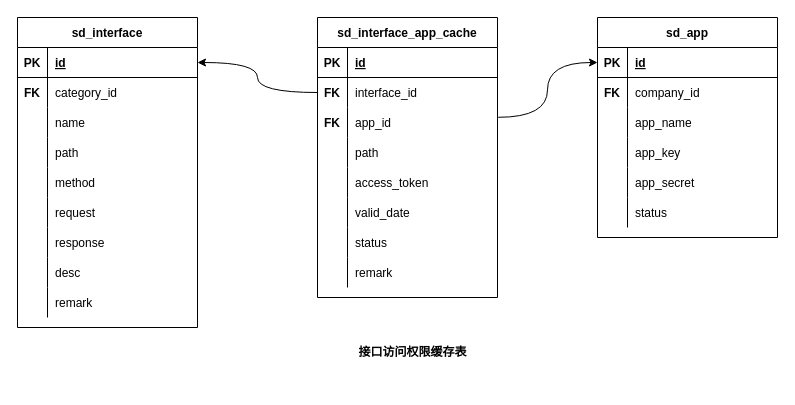
ab-doc/draw.io keeps this draw.io diagram as page "20220930154752" (9 of 11) of src/work/wyjz/service_directory/db_design_20220930.drawio. Above is the earlier version. Source tidied: cells renumbered, new cells numbered last; positions are measured from the earlier drawing's top-left corner, leaving out a move shared by most shapes. Both pictures are drawn from the tidied source at 100%, with x=0, y=0 at pixel (17, 17).
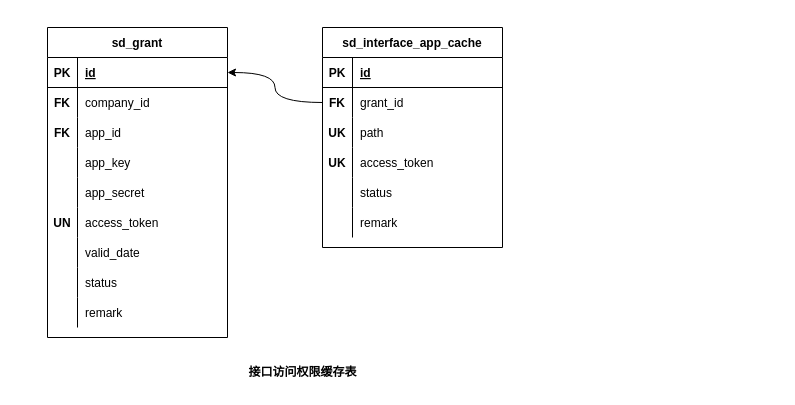
The same page after the edit.

Unchanged cells that the change refers to:
```xml
<mxCell id="8" style="shape=tableRow;horizontal=0;startSize=0;swimlaneHead=0;swimlaneBody=0;fillColor=none;points=[[0,0.5],[1,0.5]];portConstraint=eastwest;top=0;left=0;right=0;bottom=0;" parent="4" vertex="1">
  <mxGeometry y="60" width="180" height="30" as="geometry" />
</mxCell>
```

The edit, as a diff of the source:
```diff
@@
-    <mxCell id="2" style="edgeStyle=orthogonalEdgeStyle;curved=1;rounded=0;jettySize=auto;html=1;startArrow=none;startFill=0;endArrow=classic;endFill=1;entryX=1;entryY=0.5;entryDx=0;entryDy=0;exitX=0;exitY=0.5;exitDx=0;exitDy=0;" parent="1" edge="1" source="8" target="31">
-      <mxGeometry relative="1" as="geometry" />
-    </mxCell>
-    <mxCell id="3" style="edgeStyle=orthogonalEdgeStyle;curved=1;rounded=0;jettySize=auto;html=1;startArrow=none;startFill=0;endArrow=classic;endFill=1;entryX=0;entryY=0.5;entryDx=0;entryDy=0;exitX=1.004;exitY=0.327;exitDx=0;exitDy=0;exitPerimeter=0;" parent="1" edge="1" source="11" target="59">
-      <mxGeometry relative="1" as="geometry" />
-    </mxCell>
+    <mxCell id="77" style="edgeStyle=orthogonalEdgeStyle;curved=1;rounded=0;jettySize=auto;html=1;entryX=1;entryY=0.5;entryDx=0;entryDy=0;exitX=0;exitY=0.5;exitDx=0;exitDy=0;" parent="1" edge="1" source="8" target="79">
+      <mxGeometry relative="1" as="geometry" />
+    </mxCell>
     <mxCell id="4" value="sd_interface_app_cache" style="shape=table;startSize=30;childLayout=tableLayout;rowLines=0;fontStyle=1;align=center;" parent="1" vertex="1">
-      <mxGeometry x="300" width="180" height="280" as="geometry" />
+      <mxGeometry x="305" y="10" width="180" height="220" as="geometry" />
     </mxCell>
@@
-    <mxCell id="10" value="interface_id" style="shape=partialRectangle;fillColor=none;top=0;left=0;bottom=0;right=0;align=left;spacingLeft=6;overflow=hidden;" parent="8" vertex="1">
+    <mxCell id="10" value="grant_id" style="shape=partialRectangle;fillColor=none;top=0;left=0;bottom=0;right=0;align=left;spacingLeft=6;overflow=hidden;" parent="8" vertex="1">
       <mxGeometry x="30" width="150" height="30" as="geometry" />
     </mxCell>
-    <mxCell id="11" style="shape=tableRow;horizontal=0;startSize=0;swimlaneHead=0;swimlaneBody=0;fillColor=none;points=[[0,0.5],[1,0.5]];portConstraint=eastwest;top=0;left=0;right=0;bottom=0;" parent="4" vertex="1">
-      <mxGeometry y="90" width="180" height="30" as="geometry" />
-    </mxCell>
-    <mxCell id="12" value="FK" style="shape=partialRectangle;fillColor=none;top=0;left=0;bottom=0;right=0;overflow=hidden;fontStyle=1;" parent="11" vertex="1">
-      <mxGeometry width="30" height="30" as="geometry" />
-    </mxCell>
-    <mxCell id="13" value="app_id" style="shape=partialRectangle;fillColor=none;top=0;left=0;bottom=0;right=0;align=left;spacingLeft=6;overflow=hidden;" parent="11" vertex="1">
-      <mxGeometry x="30" width="150" height="30" as="geometry" />
-    </mxCell>
     <mxCell id="14" style="shape=tableRow;horizontal=0;startSize=0;swimlaneHead=0;swimlaneBody=0;fillColor=none;top=0;left=0;right=0;bottom=0;" parent="4" vertex="1">
-      <mxGeometry y="120" width="180" height="30" as="geometry" />
+      <mxGeometry y="90" width="180" height="30" as="geometry" />
     </mxCell>
-    <mxCell id="15" style="shape=partialRectangle;fillColor=none;top=0;left=0;bottom=0;right=0;overflow=hidden;fontStyle=1;" parent="14" vertex="1">
+    <mxCell id="15" value="UK" style="shape=partialRectangle;fillColor=none;top=0;left=0;bottom=0;right=0;overflow=hidden;fontStyle=1;" parent="14" vertex="1">
       <mxGeometry width="30" height="30" as="geometry" />
     </mxCell>
@@
     <mxCell id="17" style="shape=tableRow;horizontal=0;startSize=0;swimlaneHead=0;swimlaneBody=0;fillColor=none;top=0;left=0;right=0;bottom=0;" parent="4" vertex="1">
-      <mxGeometry y="150" width="180" height="30" as="geometry" />
+      <mxGeometry y="120" width="180" height="30" as="geometry" />
     </mxCell>
-    <mxCell id="18" style="shape=partialRectangle;fillColor=none;top=0;left=0;bottom=0;right=0;overflow=hidden;fontStyle=1;" parent="17" vertex="1">
+    <mxCell id="18" value="UK" style="shape=partialRectangle;fillColor=none;top=0;left=0;bottom=0;right=0;overflow=hidden;fontStyle=1;" parent="17" vertex="1">
       <mxGeometry width="30" height="30" as="geometry" />
     </mxCell>
@@
-    <mxCell id="20" style="shape=tableRow;horizontal=0;startSize=0;swimlaneHead=0;swimlaneBody=0;fillColor=none;top=0;left=0;right=0;bottom=0;" parent="4" vertex="1">
-      <mxGeometry y="180" width="180" height="30" as="geometry" />
-    </mxCell>
-    <mxCell id="21" style="shape=partialRectangle;fillColor=none;top=0;left=0;bottom=0;right=0;overflow=hidden;fontStyle=1;" parent="20" vertex="1">
-      <mxGeometry width="30" height="30" as="geometry" />
-    </mxCell>
-    <mxCell id="22" value="valid_date" style="shape=partialRectangle;fillColor=none;top=0;left=0;bottom=0;right=0;align=left;spacingLeft=6;overflow=hidden;" parent="20" vertex="1">
-      <mxGeometry x="30" width="150" height="30" as="geometry" />
-    </mxCell>
     <mxCell id="23" style="shape=tableRow;horizontal=0;startSize=0;swimlaneHead=0;swimlaneBody=0;fillColor=none;top=0;left=0;right=0;bottom=0;" parent="4" vertex="1">
-      <mxGeometry y="210" width="180" height="30" as="geometry" />
+      <mxGeometry y="150" width="180" height="30" as="geometry" />
     </mxCell>
@@
     <mxCell id="26" style="shape=tableRow;horizontal=0;startSize=0;swimlaneHead=0;swimlaneBody=0;fillColor=none;top=0;left=0;right=0;bottom=0;" parent="4" vertex="1">
-      <mxGeometry y="240" width="180" height="30" as="geometry" />
+      <mxGeometry y="180" width="180" height="30" as="geometry" />
     </mxCell>
@@
     <mxCell id="29" value="&lt;b&gt;接口访问权限缓存表&lt;/b&gt;" style="text;html=1;align=center;verticalAlign=middle;strokeColor=none;fillColor=none;" parent="1" vertex="1">
-      <mxGeometry x="330" y="320" width="130" height="30" as="geometry" />
+      <mxGeometry x="220" y="340" width="130" height="30" as="geometry" />
     </mxCell>
-    <mxCell id="30" value="sd_interface" style="shape=table;startSize=30;childLayout=tableLayout;rowLines=0;fontStyle=1;align=center;" parent="1" vertex="1">
-      <mxGeometry width="180" height="310" as="geometry" />
-    </mxCell>
-    <mxCell id="31" style="shape=tableRow;horizontal=0;startSize=0;swimlaneHead=0;swimlaneBody=0;fillColor=none;points=[[0,0.5],[1,0.5]];portConstraint=eastwest;top=0;left=0;right=0;bottom=1;" parent="30" vertex="1">
-      <mxGeometry y="30" width="180" height="30" as="geometry" />
-    </mxCell>
-    <mxCell id="32" value="PK" style="shape=partialRectangle;fillColor=none;top=0;left=0;bottom=0;right=0;fontStyle=1;overflow=hidden;" parent="31" vertex="1">
-      <mxGeometry width="30" height="30" as="geometry" />
-    </mxCell>
-    <mxCell id="33" value="id" style="shape=partialRectangle;fillColor=none;top=0;left=0;bottom=0;right=0;align=left;spacingLeft=6;fontStyle=5;overflow=hidden;" parent="31" vertex="1">
-      <mxGeometry x="30" width="150" height="30" as="geometry" />
-    </mxCell>
-    <mxCell id="34" style="shape=tableRow;horizontal=0;startSize=0;swimlaneHead=0;swimlaneBody=0;fillColor=none;top=0;left=0;right=0;bottom=0;" parent="30" vertex="1">
-      <mxGeometry y="60" width="180" height="30" as="geometry" />
-    </mxCell>
-    <mxCell id="35" value="FK" style="shape=partialRectangle;fillColor=none;top=0;left=0;bottom=0;right=0;overflow=hidden;fontStyle=1;" parent="34" vertex="1">
-      <mxGeometry width="30" height="30" as="geometry" />
-    </mxCell>
-    <mxCell id="36" value="category_id" style="shape=partialRectangle;fillColor=none;top=0;left=0;bottom=0;right=0;align=left;spacingLeft=6;overflow=hidden;" parent="34" vertex="1">
-      <mxGeometry x="30" width="150" height="30" as="geometry" />
-    </mxCell>
-    <mxCell id="37" style="shape=tableRow;horizontal=0;startSize=0;swimlaneHead=0;swimlaneBody=0;fillColor=none;top=0;left=0;right=0;bottom=0;" parent="30" vertex="1">
-      <mxGeometry y="90" width="180" height="30" as="geometry" />
-    </mxCell>
-    <mxCell id="38" style="shape=partialRectangle;fillColor=none;top=0;left=0;bottom=0;right=0;overflow=hidden;" parent="37" vertex="1">
-      <mxGeometry width="30" height="30" as="geometry" />
-    </mxCell>
-    <mxCell id="39" value="name" style="shape=partialRectangle;fillColor=none;top=0;left=0;bottom=0;right=0;align=left;spacingLeft=6;overflow=hidden;" parent="37" vertex="1">
-      <mxGeometry x="30" width="150" height="30" as="geometry" />
-    </mxCell>
-    <mxCell id="40" style="shape=tableRow;horizontal=0;startSize=0;swimlaneHead=0;swimlaneBody=0;fillColor=none;top=0;left=0;right=0;bottom=0;" parent="30" vertex="1">
-      <mxGeometry y="120" width="180" height="30" as="geometry" />
-    </mxCell>
-    <mxCell id="41" style="shape=partialRectangle;fillColor=none;top=0;left=0;bottom=0;right=0;overflow=hidden;" parent="40" vertex="1">
-      <mxGeometry width="30" height="30" as="geometry" />
-    </mxCell>
-    <mxCell id="42" value="path" style="shape=partialRectangle;fillColor=none;top=0;left=0;bottom=0;right=0;align=left;spacingLeft=6;overflow=hidden;" parent="40" vertex="1">
-      <mxGeometry x="30" width="150" height="30" as="geometry" />
-    </mxCell>
-    <mxCell id="43" style="shape=tableRow;horizontal=0;startSize=0;swimlaneHead=0;swimlaneBody=0;fillColor=none;top=0;left=0;right=0;bottom=0;" parent="30" vertex="1">
-      <mxGeometry y="150" width="180" height="30" as="geometry" />
-    </mxCell>
-    <mxCell id="44" style="shape=partialRectangle;fillColor=none;top=0;left=0;bottom=0;right=0;overflow=hidden;" parent="43" vertex="1">
-      <mxGeometry width="30" height="30" as="geometry" />
-    </mxCell>
-    <mxCell id="45" value="method" style="shape=partialRectangle;fillColor=none;top=0;left=0;bottom=0;right=0;align=left;spacingLeft=6;overflow=hidden;" parent="43" vertex="1">
-      <mxGeometry x="30" width="150" height="30" as="geometry" />
-    </mxCell>
-    <mxCell id="46" style="shape=tableRow;horizontal=0;startSize=0;swimlaneHead=0;swimlaneBody=0;fillColor=none;top=0;left=0;right=0;bottom=0;" parent="30" vertex="1">
-      <mxGeometry y="180" width="180" height="30" as="geometry" />
-    </mxCell>
-    <mxCell id="47" style="shape=partialRectangle;fillColor=none;top=0;left=0;bottom=0;right=0;overflow=hidden;" parent="46" vertex="1">
-      <mxGeometry width="30" height="30" as="geometry" />
-    </mxCell>
-    <mxCell id="48" value="request" style="shape=partialRectangle;fillColor=none;top=0;left=0;bottom=0;right=0;align=left;spacingLeft=6;overflow=hidden;" parent="46" vertex="1">
-      <mxGeometry x="30" width="150" height="30" as="geometry" />
-    </mxCell>
+    <mxCell id="78" value="sd_grant" style="shape=table;startSize=30;childLayout=tableLayout;rowLines=0;fontStyle=1;align=center;" parent="1" vertex="1">
+      <mxGeometry x="30" y="10" width="180" height="310" as="geometry" />
+    </mxCell>
+    <mxCell id="79" style="shape=tableRow;horizontal=0;startSize=0;swimlaneHead=0;swimlaneBody=0;fillColor=none;points=[[0,0.5],[1,0.5]];portConstraint=eastwest;top=0;left=0;right=0;bottom=1;" parent="78" vertex="1">
+      <mxGeometry y="30" width="180" height="30" as="geometry" />
+    </mxCell>
+    <mxCell id="80" value="PK" style="shape=partialRectangle;fillColor=none;top=0;left=0;bottom=0;right=0;fontStyle=1;overflow=hidden;" parent="79" vertex="1">
+      <mxGeometry width="30" height="30" as="geometry" />
+    </mxCell>
+    <mxCell id="81" value="id" style="shape=partialRectangle;fillColor=none;top=0;left=0;bottom=0;right=0;align=left;spacingLeft=6;fontStyle=5;overflow=hidden;" parent="79" vertex="1">
+      <mxGeometry x="30" width="150" height="30" as="geometry" />
+    </mxCell>
+    <mxCell id="82" style="shape=tableRow;horizontal=0;startSize=0;swimlaneHead=0;swimlaneBody=0;fillColor=none;top=0;left=0;right=0;bottom=0;" parent="78" vertex="1">
+      <mxGeometry y="60" width="180" height="30" as="geometry" />
+    </mxCell>
+    <mxCell id="83" value="FK" style="shape=partialRectangle;fillColor=none;top=0;left=0;bottom=0;right=0;overflow=hidden;fontStyle=1;" parent="82" vertex="1">
+      <mxGeometry width="30" height="30" as="geometry" />
+    </mxCell>
+    <mxCell id="64" value="company_id" style="shape=partialRectangle;fillColor=none;top=0;left=0;bottom=0;right=0;align=left;spacingLeft=6;overflow=hidden;" parent="82" vertex="1">
+      <mxGeometry x="30" width="150" height="30" as="geometry" />
+    </mxCell>
+    <mxCell id="84" style="shape=tableRow;horizontal=0;startSize=0;swimlaneHead=0;swimlaneBody=0;fillColor=none;top=0;left=0;right=0;bottom=0;" parent="78" vertex="1">
+      <mxGeometry y="90" width="180" height="30" as="geometry" />
+    </mxCell>
+    <mxCell id="85" value="FK" style="shape=partialRectangle;fillColor=none;top=0;left=0;bottom=0;right=0;overflow=hidden;fontStyle=1;" parent="84" vertex="1">
+      <mxGeometry width="30" height="30" as="geometry" />
+    </mxCell>
+    <mxCell id="13" value="app_id" style="shape=partialRectangle;fillColor=none;top=0;left=0;bottom=0;right=0;align=left;spacingLeft=6;overflow=hidden;" parent="84" vertex="1">
+      <mxGeometry x="30" width="150" height="30" as="geometry" />
+    </mxCell>
+    <mxCell id="86" style="shape=tableRow;horizontal=0;startSize=0;swimlaneHead=0;swimlaneBody=0;fillColor=none;top=0;left=0;right=0;bottom=0;" parent="78" vertex="1">
+      <mxGeometry y="120" width="180" height="30" as="geometry" />
+    </mxCell>
+    <mxCell id="87" style="shape=partialRectangle;fillColor=none;top=0;left=0;bottom=0;right=0;overflow=hidden;" parent="86" vertex="1">
+      <mxGeometry width="30" height="30" as="geometry" />
+    </mxCell>
+    <mxCell id="70" value="app_key" style="shape=partialRectangle;fillColor=none;top=0;left=0;bottom=0;right=0;align=left;spacingLeft=6;overflow=hidden;" parent="86" vertex="1">
+      <mxGeometry x="30" width="150" height="30" as="geometry" />
+    </mxCell>
+    <mxCell id="88" style="shape=tableRow;horizontal=0;startSize=0;swimlaneHead=0;swimlaneBody=0;fillColor=none;top=0;left=0;right=0;bottom=0;" parent="78" vertex="1">
+      <mxGeometry y="150" width="180" height="30" as="geometry" />
+    </mxCell>
+    <mxCell id="89" style="shape=partialRectangle;fillColor=none;top=0;left=0;bottom=0;right=0;overflow=hidden;" parent="88" vertex="1">
+      <mxGeometry width="30" height="30" as="geometry" />
+    </mxCell>
+    <mxCell id="73" value="app_secret" style="shape=partialRectangle;fillColor=none;top=0;left=0;bottom=0;right=0;align=left;spacingLeft=6;overflow=hidden;" parent="88" vertex="1">
+      <mxGeometry x="30" width="150" height="30" as="geometry" />
+    </mxCell>
+    <mxCell id="90" style="shape=tableRow;horizontal=0;startSize=0;swimlaneHead=0;swimlaneBody=0;fillColor=none;top=0;left=0;right=0;bottom=0;" parent="78" vertex="1">
+      <mxGeometry y="180" width="180" height="30" as="geometry" />
+    </mxCell>
+    <mxCell id="91" value="UN" style="shape=partialRectangle;fillColor=none;top=0;left=0;bottom=0;right=0;overflow=hidden;fontStyle=1;" parent="90" vertex="1">
+      <mxGeometry width="30" height="30" as="geometry" />
+    </mxCell>
+    <mxCell id="92" value="access_token" style="shape=partialRectangle;fillColor=none;top=0;left=0;bottom=0;right=0;align=left;spacingLeft=6;overflow=hidden;" parent="90" vertex="1">
+      <mxGeometry x="30" width="150" height="30" as="geometry" />
+    </mxCell>
-    <mxCell id="49" style="shape=tableRow;horizontal=0;startSize=0;swimlaneHead=0;swimlaneBody=0;fillColor=none;top=0;left=0;right=0;bottom=0;" parent="30" vertex="1">
+    <mxCell id="49" style="shape=tableRow;horizontal=0;startSize=0;swimlaneHead=0;swimlaneBody=0;fillColor=none;top=0;left=0;right=0;bottom=0;" parent="78" vertex="1">
       <mxGeometry y="210" width="180" height="30" as="geometry" />
     </mxCell>
-    <mxCell id="50" style="shape=partialRectangle;fillColor=none;top=0;left=0;bottom=0;right=0;overflow=hidden;" parent="49" vertex="1">
-      <mxGeometry width="30" height="30" as="geometry" />
-    </mxCell>
-    <mxCell id="51" value="response" style="shape=partialRectangle;fillColor=none;top=0;left=0;bottom=0;right=0;align=left;spacingLeft=6;overflow=hidden;" parent="49" vertex="1">
-      <mxGeometry x="30" width="150" height="30" as="geometry" />
-    </mxCell>
+    <mxCell id="93" style="shape=partialRectangle;fillColor=none;top=0;left=0;bottom=0;right=0;overflow=hidden;" parent="49" vertex="1">
+      <mxGeometry width="30" height="30" as="geometry" />
+    </mxCell>
+    <mxCell id="22" value="valid_date" style="shape=partialRectangle;fillColor=none;top=0;left=0;bottom=0;right=0;align=left;spacingLeft=6;overflow=hidden;" parent="49" vertex="1">
+      <mxGeometry x="30" width="150" height="30" as="geometry" />
+    </mxCell>
-    <mxCell id="52" style="shape=tableRow;horizontal=0;startSize=0;swimlaneHead=0;swimlaneBody=0;fillColor=none;top=0;left=0;right=0;bottom=0;" parent="30" vertex="1">
+    <mxCell id="52" style="shape=tableRow;horizontal=0;startSize=0;swimlaneHead=0;swimlaneBody=0;fillColor=none;top=0;left=0;right=0;bottom=0;" parent="78" vertex="1">
       <mxGeometry y="240" width="180" height="30" as="geometry" />
     </mxCell>
-    <mxCell id="53" style="shape=partialRectangle;fillColor=none;top=0;left=0;bottom=0;right=0;overflow=hidden;" parent="52" vertex="1">
-      <mxGeometry width="30" height="30" as="geometry" />
-    </mxCell>
-    <mxCell id="54" value="desc" style="shape=partialRectangle;fillColor=none;top=0;left=0;bottom=0;right=0;align=left;spacingLeft=6;overflow=hidden;" parent="52" vertex="1">
-      <mxGeometry x="30" width="150" height="30" as="geometry" />
-    </mxCell>
+    <mxCell id="94" style="shape=partialRectangle;fillColor=none;top=0;left=0;bottom=0;right=0;overflow=hidden;" parent="52" vertex="1">
+      <mxGeometry width="30" height="30" as="geometry" />
+    </mxCell>
+    <mxCell id="76" value="status" style="shape=partialRectangle;fillColor=none;top=0;left=0;bottom=0;right=0;align=left;spacingLeft=6;overflow=hidden;" parent="52" vertex="1">
+      <mxGeometry x="30" width="150" height="30" as="geometry" />
+    </mxCell>
-    <mxCell id="55" style="shape=tableRow;horizontal=0;startSize=0;swimlaneHead=0;swimlaneBody=0;fillColor=none;top=0;left=0;right=0;bottom=0;" parent="30" vertex="1">
+    <mxCell id="55" style="shape=tableRow;horizontal=0;startSize=0;swimlaneHead=0;swimlaneBody=0;fillColor=none;top=0;left=0;right=0;bottom=0;" parent="78" vertex="1">
       <mxGeometry y="270" width="180" height="30" as="geometry" />
     </mxCell>
-    <mxCell id="56" style="shape=partialRectangle;fillColor=none;top=0;left=0;bottom=0;right=0;overflow=hidden;" parent="55" vertex="1">
-      <mxGeometry width="30" height="30" as="geometry" />
-    </mxCell>
+    <mxCell id="95" style="shape=partialRectangle;fillColor=none;top=0;left=0;bottom=0;right=0;overflow=hidden;" parent="55" vertex="1">
+      <mxGeometry width="30" height="30" as="geometry" />
+    </mxCell>
@@
-    <mxCell id="58" value="sd_app" style="shape=table;startSize=30;childLayout=tableLayout;rowLines=0;fontStyle=1;align=center;" parent="1" vertex="1">
-      <mxGeometry x="580" width="180" height="220" as="geometry" />
-    </mxCell>
-    <mxCell id="59" style="shape=tableRow;horizontal=0;startSize=0;swimlaneHead=0;swimlaneBody=0;fillColor=none;points=[[0,0.5],[1,0.5]];portConstraint=eastwest;top=0;left=0;right=0;bottom=1;" parent="58" vertex="1">
-      <mxGeometry y="30" width="180" height="30" as="geometry" />
-    </mxCell>
-    <mxCell id="60" value="PK" style="shape=partialRectangle;fillColor=none;top=0;left=0;bottom=0;right=0;fontStyle=1;overflow=hidden;" parent="59" vertex="1">
-      <mxGeometry width="30" height="30" as="geometry" />
-    </mxCell>
-    <mxCell id="61" value="id" style="shape=partialRectangle;fillColor=none;top=0;left=0;bottom=0;right=0;align=left;spacingLeft=6;fontStyle=5;overflow=hidden;" parent="59" vertex="1">
-      <mxGeometry x="30" width="150" height="30" as="geometry" />
-    </mxCell>
-    <mxCell id="62" style="shape=tableRow;horizontal=0;startSize=0;swimlaneHead=0;swimlaneBody=0;fillColor=none;top=0;left=0;right=0;bottom=0;" parent="58" vertex="1">
-      <mxGeometry y="60" width="180" height="30" as="geometry" />
-    </mxCell>
-    <mxCell id="63" value="FK" style="shape=partialRectangle;fillColor=none;top=0;left=0;bottom=0;right=0;overflow=hidden;fontStyle=1;" parent="62" vertex="1">
-      <mxGeometry width="30" height="30" as="geometry" />
-    </mxCell>
-    <mxCell id="64" value="company_id" style="shape=partialRectangle;fillColor=none;top=0;left=0;bottom=0;right=0;align=left;spacingLeft=6;overflow=hidden;" parent="62" vertex="1">
-      <mxGeometry x="30" width="150" height="30" as="geometry" />
-    </mxCell>
-    <mxCell id="65" style="shape=tableRow;horizontal=0;startSize=0;swimlaneHead=0;swimlaneBody=0;fillColor=none;top=0;left=0;right=0;bottom=0;" parent="58" vertex="1">
-      <mxGeometry y="90" width="180" height="30" as="geometry" />
-    </mxCell>
-    <mxCell id="66" style="shape=partialRectangle;fillColor=none;top=0;left=0;bottom=0;right=0;overflow=hidden;" parent="65" vertex="1">
-      <mxGeometry width="30" height="30" as="geometry" />
-    </mxCell>
-    <mxCell id="67" value="app_name" style="shape=partialRectangle;fillColor=none;top=0;left=0;bottom=0;right=0;align=left;spacingLeft=6;overflow=hidden;" parent="65" vertex="1">
-      <mxGeometry x="30" width="150" height="30" as="geometry" />
-    </mxCell>
-    <mxCell id="68" style="shape=tableRow;horizontal=0;startSize=0;swimlaneHead=0;swimlaneBody=0;fillColor=none;top=0;left=0;right=0;bottom=0;" parent="58" vertex="1">
-      <mxGeometry y="120" width="180" height="30" as="geometry" />
-    </mxCell>
-    <mxCell id="69" style="shape=partialRectangle;fillColor=none;top=0;left=0;bottom=0;right=0;overflow=hidden;" parent="68" vertex="1">
-      <mxGeometry width="30" height="30" as="geometry" />
-    </mxCell>
-    <mxCell id="70" value="app_key" style="shape=partialRectangle;fillColor=none;top=0;left=0;bottom=0;right=0;align=left;spacingLeft=6;overflow=hidden;" parent="68" vertex="1">
-      <mxGeometry x="30" width="150" height="30" as="geometry" />
-    </mxCell>
-    <mxCell id="71" style="shape=tableRow;horizontal=0;startSize=0;swimlaneHead=0;swimlaneBody=0;fillColor=none;top=0;left=0;right=0;bottom=0;" parent="58" vertex="1">
-      <mxGeometry y="150" width="180" height="30" as="geometry" />
-    </mxCell>
-    <mxCell id="72" style="shape=partialRectangle;fillColor=none;top=0;left=0;bottom=0;right=0;overflow=hidden;" parent="71" vertex="1">
-      <mxGeometry width="30" height="30" as="geometry" />
-    </mxCell>
-    <mxCell id="73" value="app_secret" style="shape=partialRectangle;fillColor=none;top=0;left=0;bottom=0;right=0;align=left;spacingLeft=6;overflow=hidden;" parent="71" vertex="1">
-      <mxGeometry x="30" width="150" height="30" as="geometry" />
-    </mxCell>
-    <mxCell id="74" style="shape=tableRow;horizontal=0;startSize=0;swimlaneHead=0;swimlaneBody=0;fillColor=none;top=0;left=0;right=0;bottom=0;" parent="58" vertex="1">
-      <mxGeometry y="180" width="180" height="30" as="geometry" />
-    </mxCell>
-    <mxCell id="75" style="shape=partialRectangle;fillColor=none;top=0;left=0;bottom=0;right=0;overflow=hidden;" parent="74" vertex="1">
-      <mxGeometry width="30" height="30" as="geometry" />
-    </mxCell>
-    <mxCell id="76" value="status" style="shape=partialRectangle;fillColor=none;top=0;left=0;bottom=0;right=0;align=left;spacingLeft=6;overflow=hidden;" parent="74" vertex="1">
-      <mxGeometry x="30" width="150" height="30" as="geometry" />
-    </mxCell>
```
